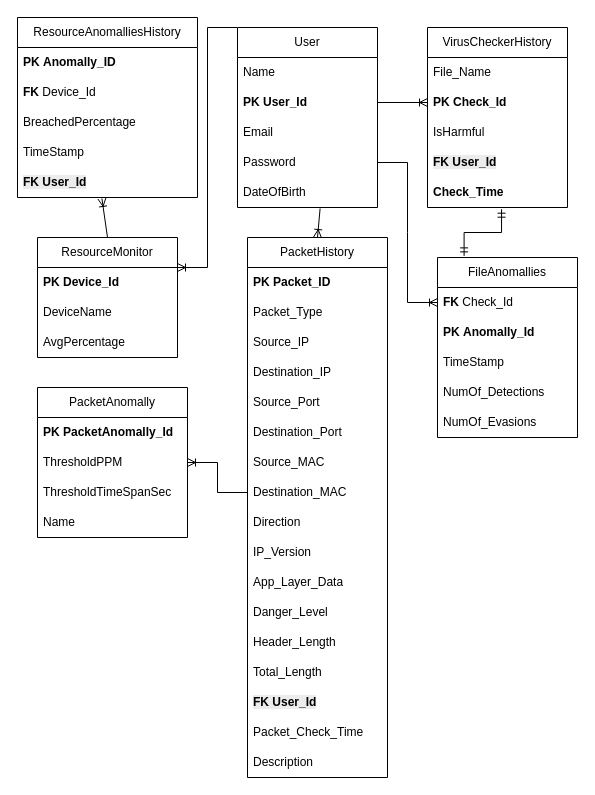
This is הפרוייקט/Recent ERD Diagram.drawio from EyasSh/WiresharkClone, a draw.io file, before an edit. Source tidied: cells renumbered, new cells numbered last; positions are measured from the earlier drawing's top-left corner, leaving out a move shared by most shapes. Both pictures are drawn from the tidied source at 100%, with x=0, y=0 at pixel (17, 17).
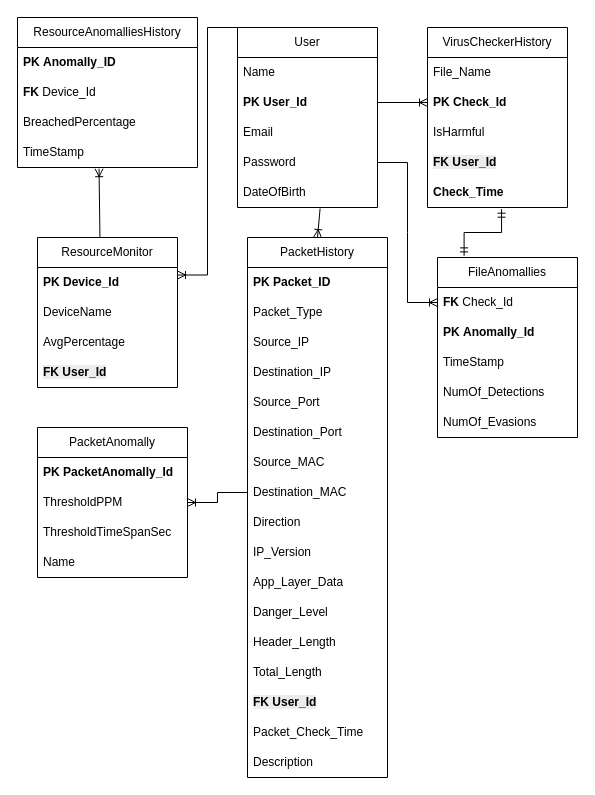
The same diagram, later.

Unchanged cells that the change refers to:
```xml
<mxCell id="51" value="TimeStamp" style="text;strokeColor=none;fillColor=none;align=left;verticalAlign=middle;spacingLeft=4;spacingRight=4;overflow=hidden;points=[[0,0.5],[1,0.5]];portConstraint=eastwest;whiteSpace=wrap;html=1;" parent="47" vertex="1">
  <mxGeometry y="120" width="180" height="30" as="geometry" />
</mxCell>
```

Diff of the diagram source:
```diff
@@
     <mxCell id="2" value="ResourceMonitor" style="swimlane;fontStyle=0;horizontal=1;startSize=30;whiteSpace=wrap;html=1;" parent="1" vertex="1">
-      <mxGeometry x="20" y="220" width="140" height="120" as="geometry" />
+      <mxGeometry x="20" y="220" width="140" height="150" as="geometry" />
     </mxCell>
@@
+    <mxCell id="52" value="&lt;b style=&quot;forced-color-adjust: none; color: rgb(0, 0, 0); font-family: Helvetica; font-size: 12px; font-style: normal; font-variant-ligatures: normal; font-variant-caps: normal; letter-spacing: normal; orphans: 2; text-align: left; text-indent: 0px; text-transform: none; widows: 2; word-spacing: 0px; -webkit-text-stroke-width: 0px; white-space: normal; background-color: rgb(236, 236, 236); text-decoration-thickness: initial; text-decoration-style: initial; text-decoration-color: initial;&quot;&gt;FK User_Id&lt;/b&gt;" style="text;strokeColor=none;fillColor=none;align=left;verticalAlign=middle;spacingLeft=4;spacingRight=4;overflow=hidden;points=[[0,0.5],[1,0.5]];portConstraint=eastwest;whiteSpace=wrap;html=1;" parent="2" vertex="1">
+      <mxGeometry y="120" width="140" height="30" as="geometry" />
+    </mxCell>
@@
     <mxCell id="36" value="PacketAnomally" style="swimlane;fontStyle=0;horizontal=1;startSize=30;whiteSpace=wrap;html=1;" parent="1" vertex="1">
-      <mxGeometry x="20" y="370" width="150" height="150" as="geometry" />
+      <mxGeometry x="20" y="410" width="150" height="150" as="geometry" />
     </mxCell>
@@
     <mxCell id="47" value="&lt;font&gt;ResourceAnomalliesHistory&lt;/font&gt;" style="swimlane;fontStyle=0;horizontal=1;startSize=30;whiteSpace=wrap;html=1;" parent="1" vertex="1">
-      <mxGeometry width="180" height="180" as="geometry" />
+      <mxGeometry width="180" height="150" as="geometry" />
     </mxCell>
@@
-    <mxCell id="52" value="&lt;b style=&quot;forced-color-adjust: none; color: rgb(0, 0, 0); font-family: Helvetica; font-size: 12px; font-style: normal; font-variant-ligatures: normal; font-variant-caps: normal; letter-spacing: normal; orphans: 2; text-align: left; text-indent: 0px; text-transform: none; widows: 2; word-spacing: 0px; -webkit-text-stroke-width: 0px; white-space: normal; background-color: rgb(236, 236, 236); text-decoration-thickness: initial; text-decoration-style: initial; text-decoration-color: initial;&quot;&gt;FK User_Id&lt;/b&gt;" style="text;strokeColor=none;fillColor=none;align=left;verticalAlign=middle;spacingLeft=4;spacingRight=4;overflow=hidden;points=[[0,0.5],[1,0.5]];portConstraint=eastwest;whiteSpace=wrap;html=1;" parent="47" vertex="1">
-      <mxGeometry y="150" width="180" height="30" as="geometry" />
-    </mxCell>
@@
-    <mxCell id="57" style="fontSize=12;html=1;endArrow=ERoneToMany;rounded=0;entryX=0.469;entryY=1.033;entryDx=0;entryDy=0;entryPerimeter=0;exitX=0.5;exitY=0;exitDx=0;exitDy=0;" parent="1" edge="1" source="2" target="52">
-      <mxGeometry relative="1" as="geometry" />
-    </mxCell>
@@
+    <mxCell id="60" style="fontSize=12;html=1;endArrow=ERoneToMany;rounded=0;entryX=0.453;entryY=1.04;entryDx=0;entryDy=0;entryPerimeter=0;exitX=0.446;exitY=0;exitDx=0;exitDy=0;exitPerimeter=0;" parent="1" edge="1" source="2" target="51">
+      <mxGeometry relative="1" as="geometry" />
+    </mxCell>
```
